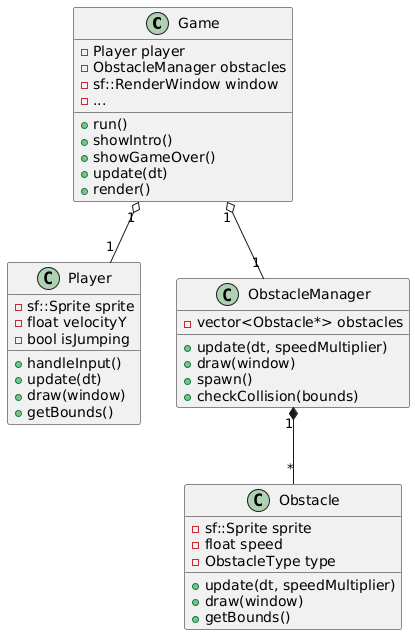
Earlier version of the PlantUML export docs/diagrama.png (lilimora-21/QuicoGame).
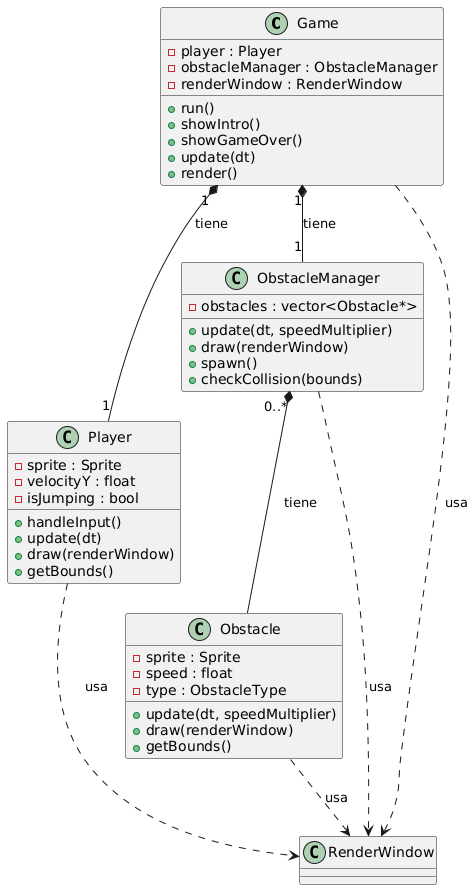
Above is the later version.

The edit, as a diff of the source:
```diff
@@ -1,44 +1,53 @@
 @startuml
 class Game {
-    - Player player
-    - ObstacleManager obstacles
-    - sf::RenderWindow window
-    - ...
-    + run()
-    + showIntro()
-    + showGameOver()
-    + update(dt)
-    + render()
+  - player : Player
+  - obstacleManager : ObstacleManager
+  - renderWindow : RenderWindow
+
+  + run()
+  + showIntro()
+  + showGameOver()
+  + update(dt)
+  + render()
 }
 
 class Player {
-    - sf::Sprite sprite
-    - float velocityY
-    - bool isJumping
-    + handleInput()
-    + update(dt)
-    + draw(window)
-    + getBounds()
+  - sprite : Sprite
+  - velocityY : float
+  - isJumping : bool
+
+  + handleInput()
+  + update(dt)
+  + draw(renderWindow)
+  + getBounds()
 }
 
 class ObstacleManager {
-    - vector<Obstacle*> obstacles
-    + update(dt, speedMultiplier)
-    + draw(window)
-    + spawn()
-    + checkCollision(bounds)
+  - obstacles : vector<Obstacle*>
+
+  + update(dt, speedMultiplier)
+  + draw(renderWindow)
+  + spawn()
+  + checkCollision(bounds)
 }
 
 class Obstacle {
-    - sf::Sprite sprite
-    - float speed
-    - ObstacleType type
-    + update(dt, speedMultiplier)
-    + draw(window)
-    + getBounds()
+  - sprite : Sprite
+  - speed : float
+  - type : ObstacleType
+
+  + update(dt, speedMultiplier)
+  + draw(renderWindow)
+  + getBounds()
 }
 
-Game "1" o-- "1" Player
-Game "1" o-- "1" ObstacleManager
-ObstacleManager "1" *-- "*" Obstacle
+Game "1" *-- "1" Player : tiene
+Game "1" *-- "1" ObstacleManager : tiene
+ObstacleManager "0..*" *-- Obstacle : tiene
+
+Game ..> RenderWindow : usa
+Player ..> RenderWindow : usa
+ObstacleManager ..> RenderWindow : usa
+Obstacle ..> RenderWindow : usa
+
 @enduml
```
